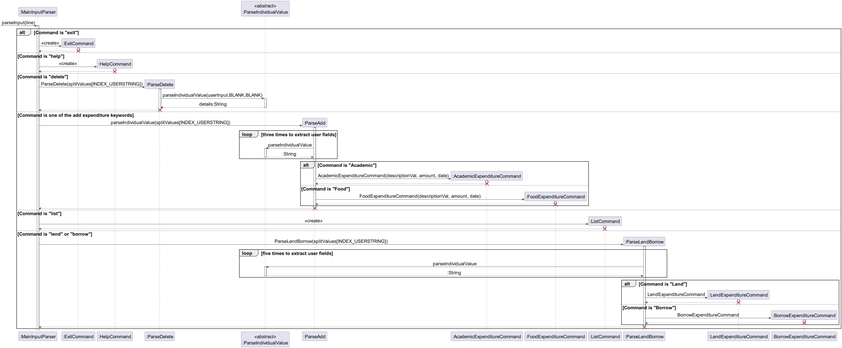
Before: docs/team/images/parserOverview.png, a diagram exported from PlantUML (nus-cs2113-AY2223S2/tp).
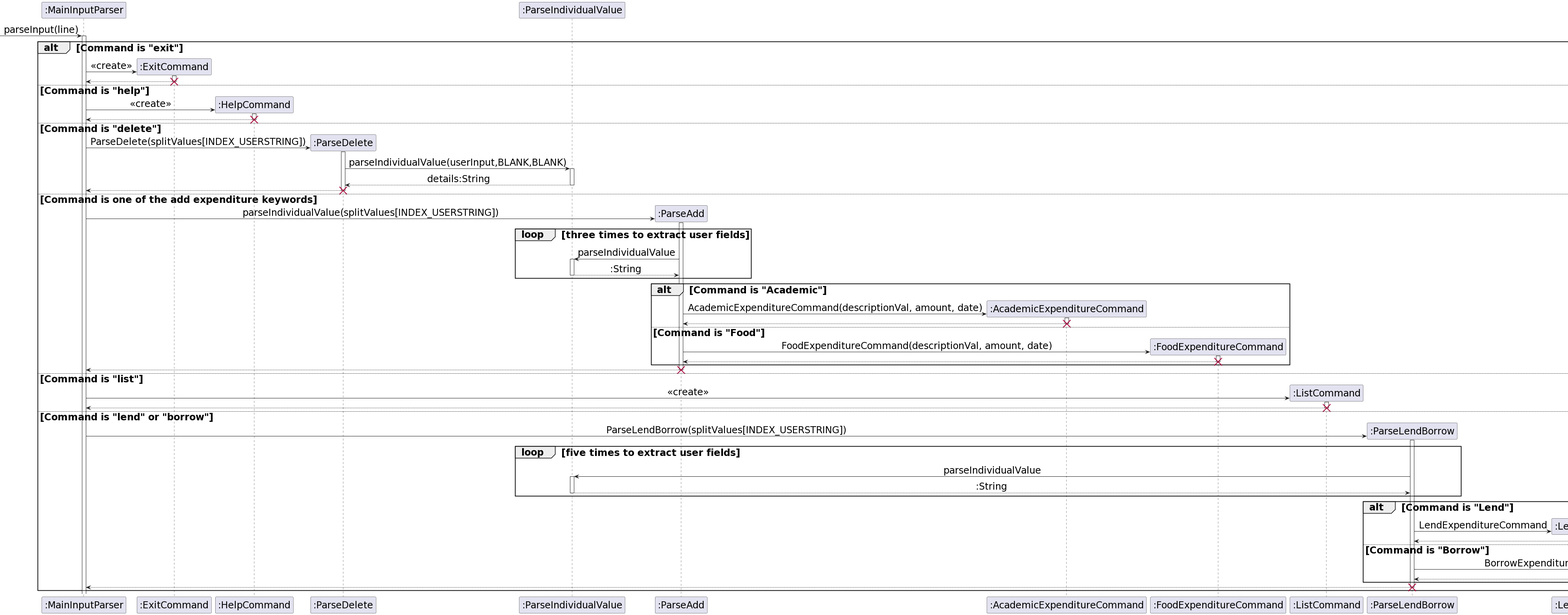
Above is the later version.

Commit message:
Add delete manual testing instructions and updating parser seq diag

What changed in the source:
```diff
@@ -31,7 +31,7 @@
 MainInputParser->ParseDelete** : ParseDelete(splitValues[INDEX_USERSTRING])
 activate ParseDelete
 
-participant ":ParseIndividualValue" as ParseIndividualValue <<abstract>>
+participant ":ParseIndividualValue" as ParseIndividualValue
 ParseDelete->ParseIndividualValue : parseIndividualValue(userInput,BLANK,BLANK)
 activate ParseIndividualValue
 return details:String
```
